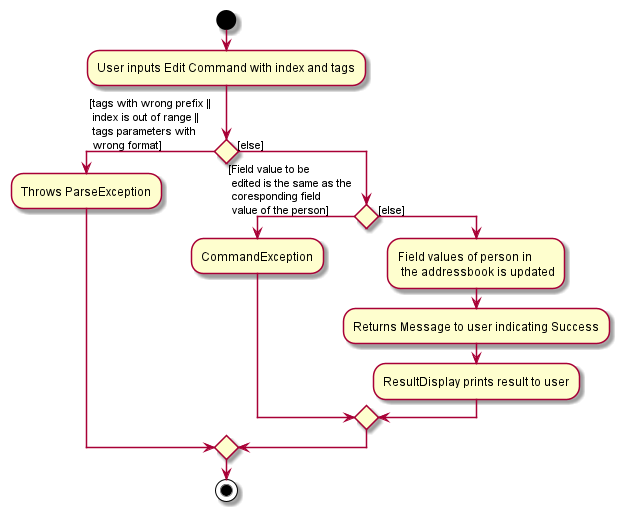
Before: docs/images/EditFeatureActivityDiagram.png, a diagram exported from PlantUML (nus-cs2103-AY2122S2/tp). The source it was exported from:
```plantuml
@startuml

start
:User inputs Edit Command with index and tags;

if () then ([tags with wrong prefix || \n index is out of range || \n tags parameters with\n wrong format])
    :Throws ParseException;
    else ([else])

    if () then ([Field value to be \n edited is the same as the \n coresponding field \n value of the person])
        :CommandException;

    else ([else])
        :Field values of person in \n the addressbook is updated;
        :Returns Message to user indicating Success;
        :ResultDisplay prints result to user;
   endif
endif
stop
@enduml
```
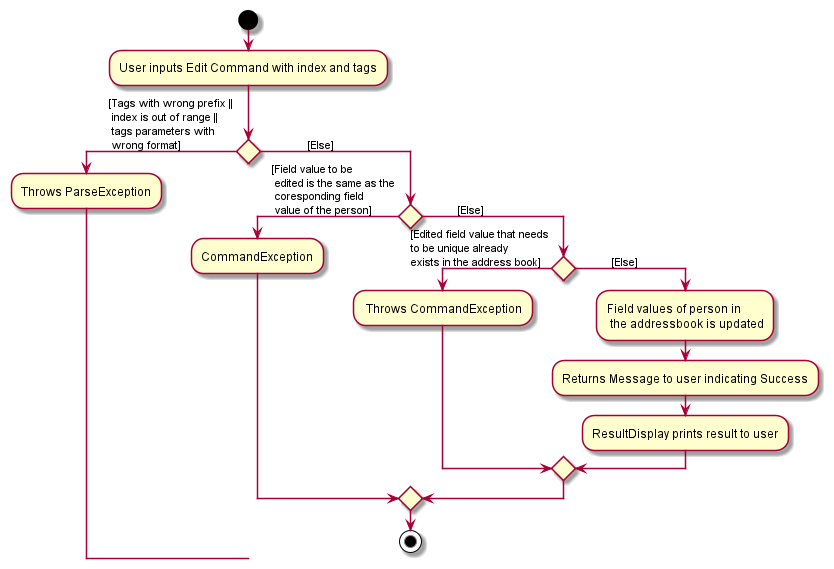
After the change.

Diff of the diagram source:
```diff
@@ -3,14 +3,18 @@
 start
 :User inputs Edit Command with index and tags;
 
-if () then ([tags with wrong prefix || \n index is out of range || \n tags parameters with\n wrong format])
+if () then ([Tags with wrong prefix || \n index is out of range || \n tags parameters with\n wrong format])
     :Throws ParseException;
-    else ([else])
+    else (                [Else])
 
     if () then ([Field value to be \n edited is the same as the \n coresponding field \n value of the person])
         :CommandException;
 
-    else ([else])
+    else (            [Else])
+
+    if () then ([Edited field value that needs \nto be unique already \nexists in the address book])
+    : Throws CommandException;
+    else (            [Else])
         :Field values of person in \n the addressbook is updated;
         :Returns Message to user indicating Success;
         :ResultDisplay prints result to user;
```
